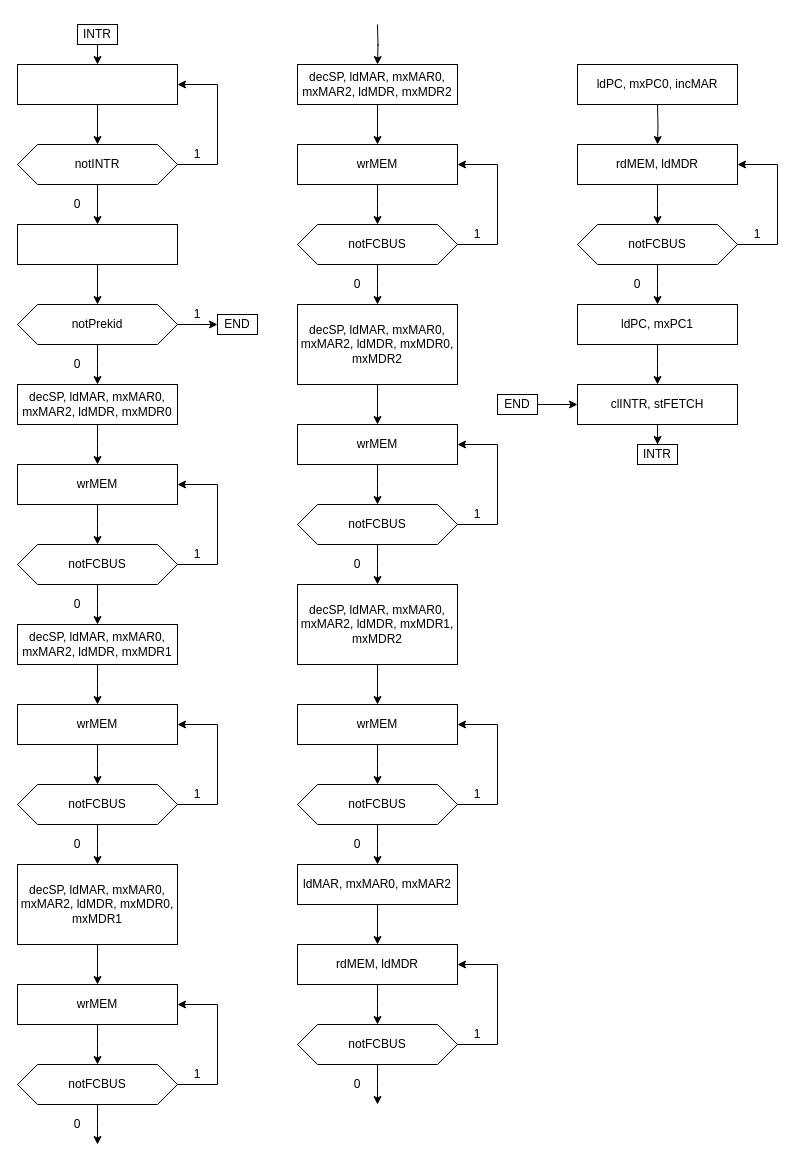
The draw.io diagram page "INTR" (4 of 4) of Dijagram.drawio in KockaAdmiralac/ORT2, before the edit. Source tidied: cells renumbered, new cells numbered last; positions are measured from the earlier drawing's top-left corner, leaving out a move shared by most shapes. Both pictures are drawn from the tidied source at 100%, with x=0, y=0 at pixel (17, 24).
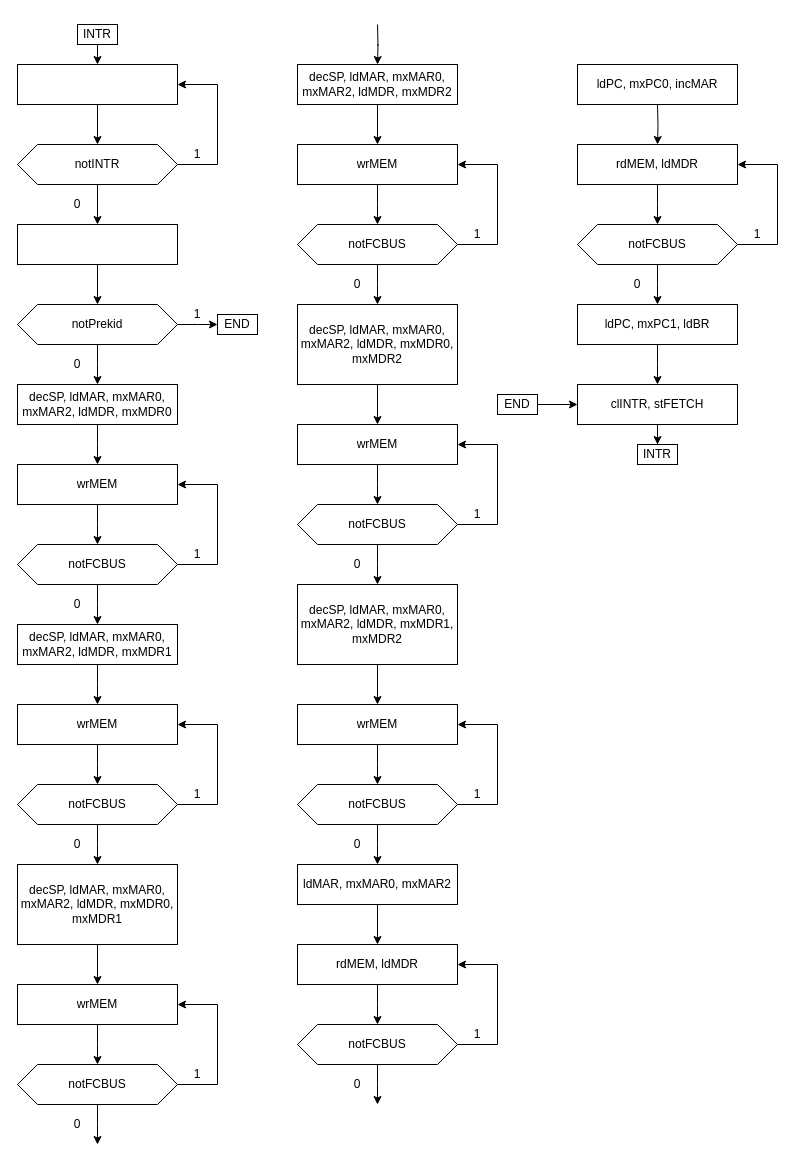
The same diagram, later.

Commit message (it also covers changes not shown here):
INTR WIP implementation; diagram and microcode fix

Change to the diagram source:
```diff
@@
-    <mxCell id="66" value="ldPC, mxPC1" style="rounded=0;whiteSpace=wrap;html=1;" parent="1" vertex="1">
+    <mxCell id="66" value="ldPC, mxPC1, ldBR" style="rounded=0;whiteSpace=wrap;html=1;" parent="1" vertex="1">
       <mxGeometry x="560" y="280" width="160" height="40" as="geometry" />
     </mxCell>
```
